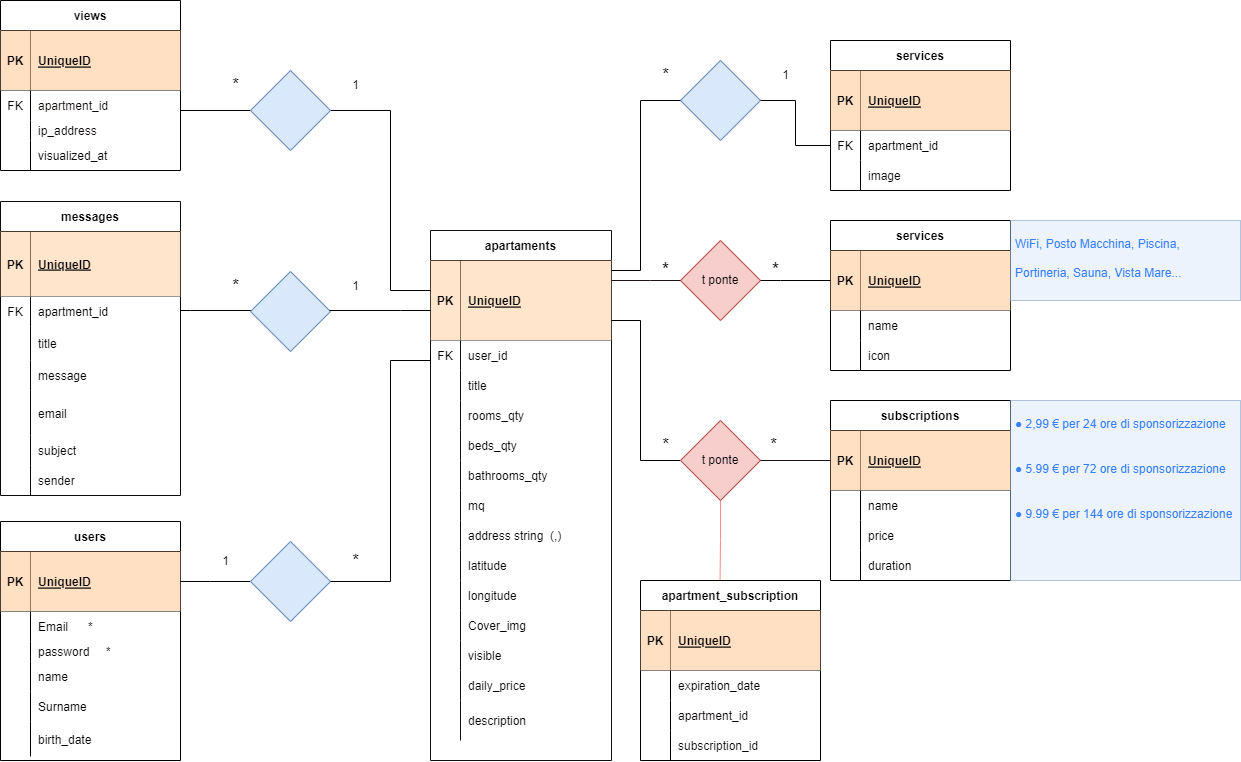
Before: ER_GUIDA_VISIVA.png, a diagram exported from draw.io (donnie00/bool-bnb-backend). Source tidied: cells renumbered, new cells last; positions are measured from the earlier drawing's top-left corner, leaving out a move shared by most shapes.
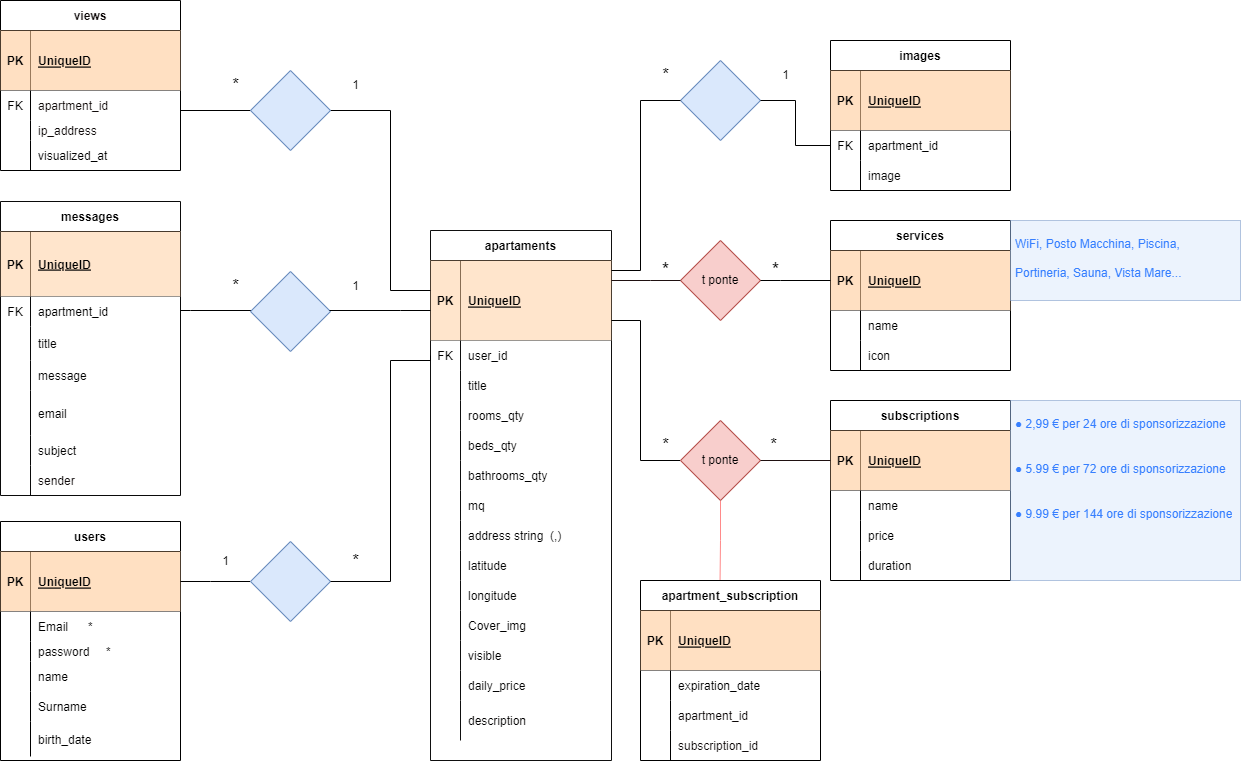
The same file after the commit.

Change to the diagram source:
```diff
@@ -535,7 +535,7 @@
         </Array>
       </mxGeometry>
     </mxCell>
-    <mxCell id="166" value="services" style="shape=table;startSize=30;rowLines=0;fontStyle=1;align=center;" parent="1" vertex="1">
+    <mxCell id="166" value="images" style="shape=table;startSize=30;rowLines=0;fontStyle=1;align=center;" parent="1" vertex="1">
       <mxGeometry x="830" y="40" width="180" height="150" as="geometry" />
     </mxCell>
     <mxCell id="167" style="shape=tableRow;horizontal=0;startSize=0;swimlaneHead=0;swimlaneBody=0;fillColor=#ffcc99;top=0;left=0;right=0;bottom=1;strokeColor=#36393d;opacity=60;" parent="166" vertex="1">
```
